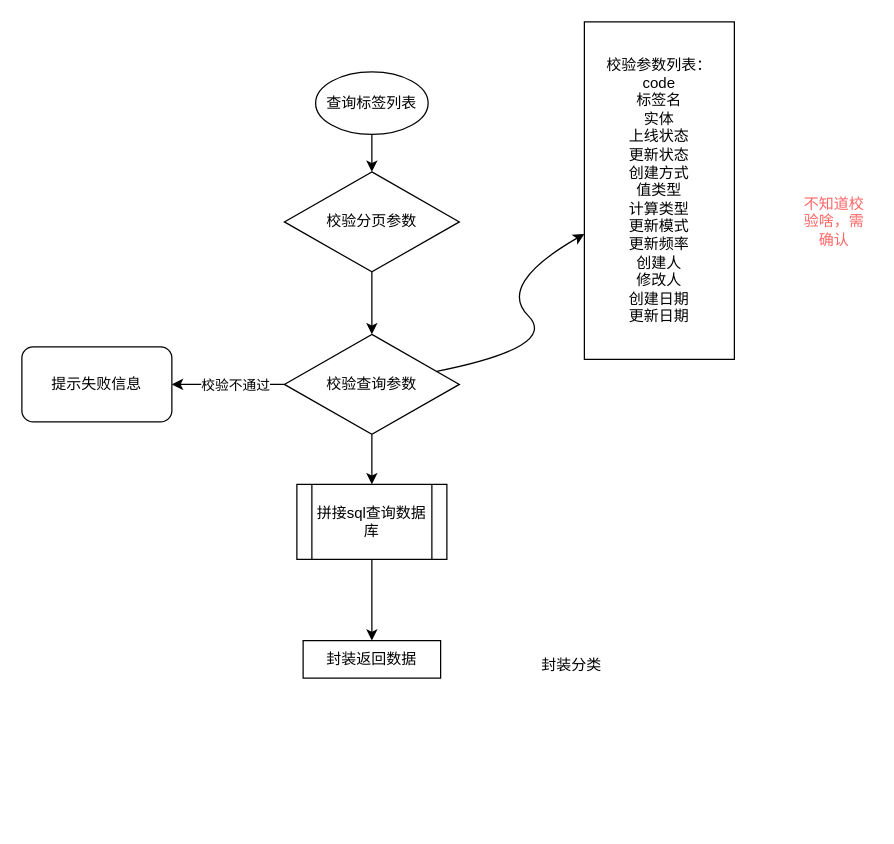
This is 标签查询接口流程图.drawio from 1418956397/JavaWeb-Project-Source-Share, a draw.io file, before an edit. Source tidied: cells renumbered, new cells numbered last; positions are measured from the earlier drawing's top-left corner, leaving out a move shared by most shapes. Both pictures are drawn from the tidied source at 125%, with x=0, y=0 at pixel (21, 21).
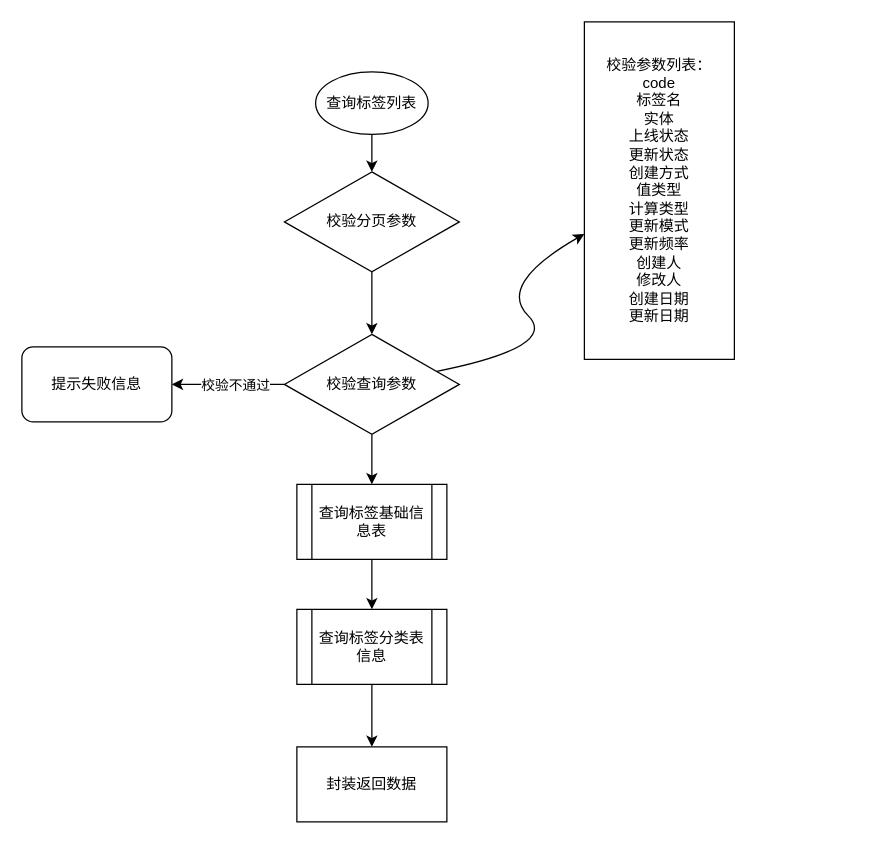
Above is the later version.

Commit message:
更新标签查询接口流程图.drawio

Change to the diagram source:
```diff
@@
-    <mxCell id="13" style="edgeStyle=orthogonalEdgeStyle;rounded=0;jettySize=auto;html=1;" parent="1" edge="1" source="14" target="15">
-      <mxGeometry relative="1" as="geometry" />
-    </mxCell>
+    <mxCell id="18" style="edgeStyle=orthogonalEdgeStyle;rounded=0;jettySize=auto;html=1;" parent="1" edge="1" source="14" target="20">
+      <mxGeometry relative="1" as="geometry" />
+    </mxCell>
-    <mxCell id="14" value="拼接sql查询数据库" style="shape=process;whiteSpace=wrap;html=1;backgroundOutline=1;" parent="1" vertex="1">
+    <mxCell id="14" value="查询标签基础信息表" style="shape=process;whiteSpace=wrap;html=1;backgroundOutline=1;" parent="1" vertex="1">
       <mxGeometry x="220" y="370" width="120" height="60" as="geometry" />
     </mxCell>
+    <mxCell id="19" style="edgeStyle=orthogonalEdgeStyle;rounded=0;jettySize=auto;html=1;" parent="1" edge="1" source="20" target="15">
+      <mxGeometry relative="1" as="geometry" />
+    </mxCell>
+    <mxCell id="20" value="查询标签分类表信息" style="shape=process;whiteSpace=wrap;html=1;backgroundOutline=1;" parent="1" vertex="1">
+      <mxGeometry x="220" y="470" width="120" height="60" as="geometry" />
+    </mxCell>
     <mxCell id="15" value="封装返回数据" style="whiteSpace=wrap;html=1;" parent="1" vertex="1">
-      <mxGeometry x="225" y="495" width="110" height="30" as="geometry" />
+      <mxGeometry x="220" y="580" width="120" height="60" as="geometry" />
     </mxCell>
-    <mxCell id="16" value="&lt;font color=&quot;#ff6666&quot;&gt;不知道校验啥，需确认&lt;/font&gt;" style="text;html=1;align=center;verticalAlign=middle;whiteSpace=wrap;rounded=0;" parent="1" vertex="1">
-      <mxGeometry x="620" y="145" width="60" height="30" as="geometry" />
-    </mxCell>
-    <mxCell id="17" value="封装分类" style="text;html=1;align=center;verticalAlign=middle;whiteSpace=wrap;rounded=0;" parent="1" vertex="1">
-      <mxGeometry x="410" y="500" width="60" height="30" as="geometry" />
-    </mxCell>
```
